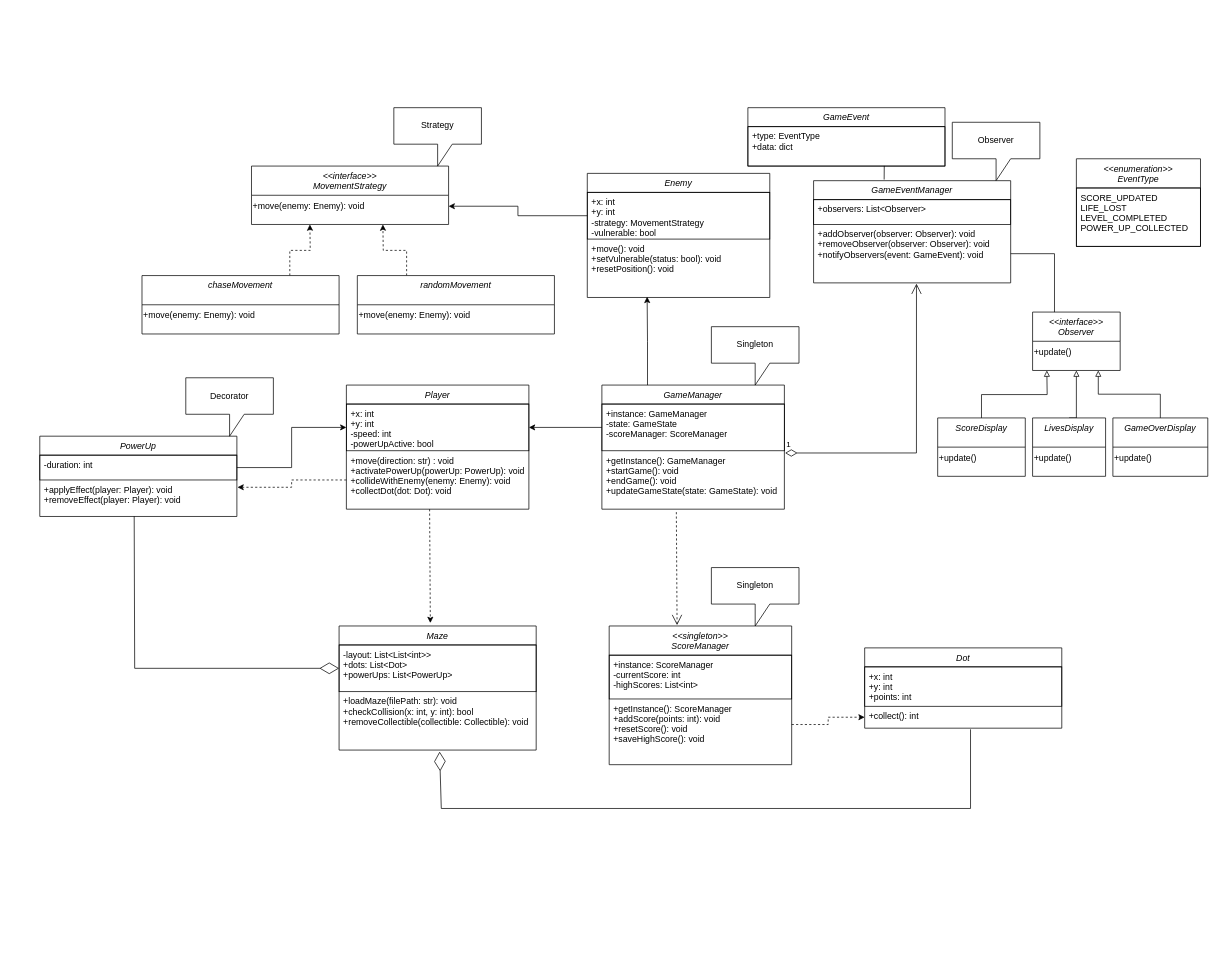
The draw.io diagram diagrams/classDiagram.drawio in ranieldamirez/paaacman, before the edit. Source tidied: cells renumbered, new cells numbered last; positions are measured from the earlier drawing's top-left corner, leaving out a move shared by most shapes. Both pictures are drawn from the tidied source at 73%, with x=0, y=0 at pixel (39, 107).
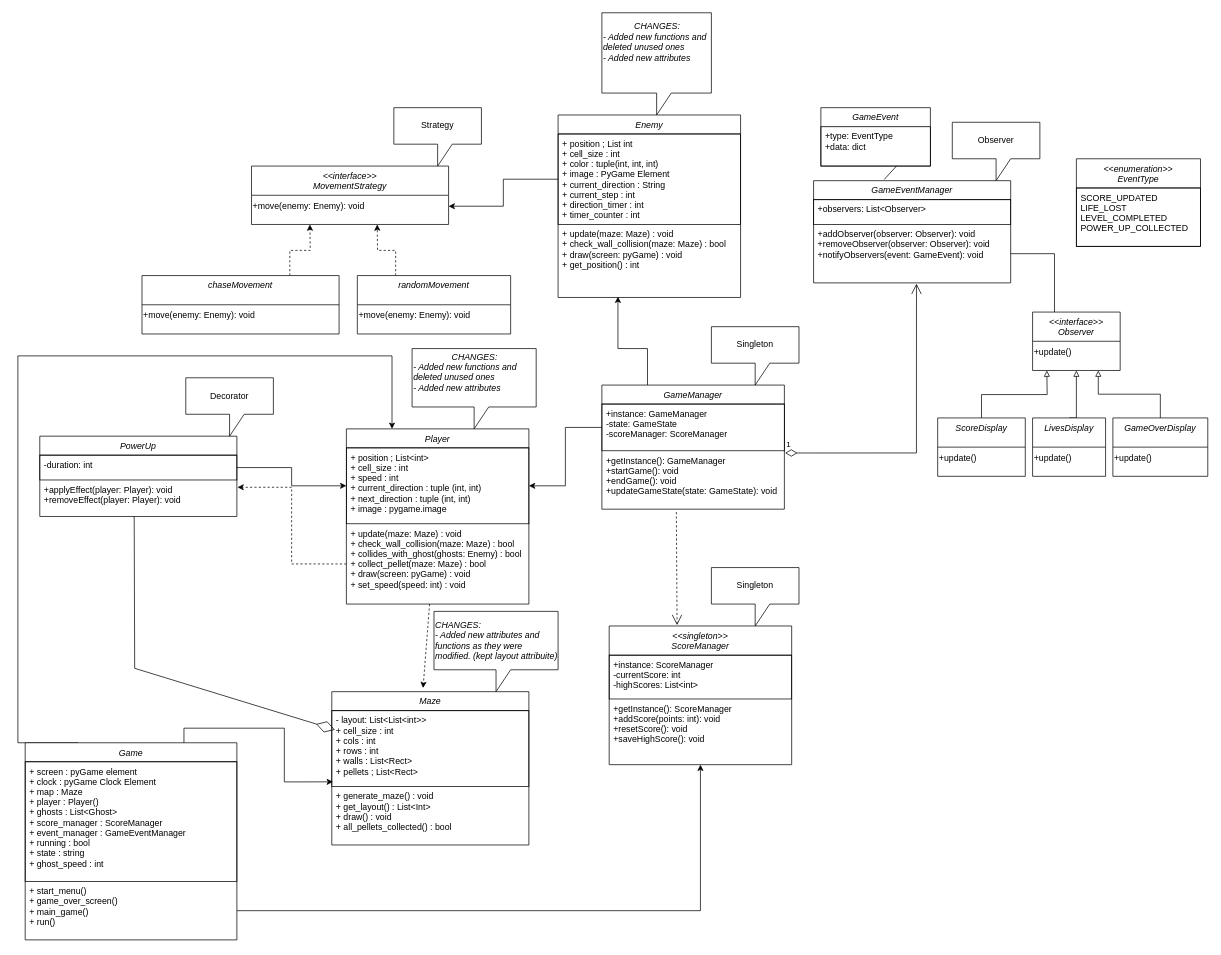
Above is the later version.

Unchanged cells that the change refers to:
```xml
<mxCell id="15" value="GameManager" style="swimlane;fontStyle=2;align=center;verticalAlign=top;horizontal=1;startSize=26;rounded=0;shadow=0;strokeWidth=1;" parent="14" vertex="1">
  <mxGeometry y="80" width="250" height="170" as="geometry" />
</mxCell>
<mxCell id="26" value="+applyEffect(player: Player): void&#10;+removeEffect(player: Player): void" style="text;align=left;verticalAlign=top;spacingLeft=4;spacingRight=4;overflow=hidden;points=[[0,0.5],[1,0.5]];portConstraint=eastwest;" parent="24" vertex="1">
  <mxGeometry y="60" width="270" height="50" as="geometry" />
</mxCell>
<mxCell id="28" style="group;" parent="1" vertex="1">
  <mxGeometry x="1060" y="20" width="310" height="220" as="geometry" />
</mxCell>
<mxCell id="29" value="GameEventManager" style="swimlane;fontStyle=2;align=center;verticalAlign=top;horizontal=1;startSize=26;rounded=0;shadow=0;strokeWidth=1;" parent="28" vertex="1">
  <mxGeometry y="80" width="270" height="140" as="geometry" />
</mxCell>
<mxCell id="37" value="&lt;&lt;singleton&gt;&gt;&#10;ScoreManager" style="swimlane;fontStyle=2;align=center;verticalAlign=top;horizontal=1;startSize=40;rounded=0;shadow=0;strokeWidth=1;" parent="36" vertex="1">
  <mxGeometry y="80" width="250" height="190" as="geometry" />
</mxCell>
<mxCell id="39" value="+getInstance(): ScoreManager&#10;+addScore(points: int): void&#10;+resetScore(): void&#10;+saveHighScore(): void" style="text;align=left;verticalAlign=top;spacingLeft=4;spacingRight=4;overflow=hidden;points=[[0,0.5],[1,0.5]];portConstraint=eastwest;" parent="37" vertex="1">
  <mxGeometry y="100" width="250" height="70" as="geometry" />
</mxCell>
```

What changed in the source:
```diff
@@
     <mxCell id="2" value="Player" style="swimlane;fontStyle=2;align=center;verticalAlign=top;horizontal=1;startSize=26;rounded=0;shadow=0;strokeWidth=1;" parent="1" vertex="1">
-      <mxGeometry x="420" y="380" width="250" height="170" as="geometry" />
+      <mxGeometry x="420" y="440" width="250" height="240" as="geometry" />
     </mxCell>
-    <mxCell id="3" value="+x: int&#10;+y: int&#10;-speed: int&#10;-powerUpActive: bool" style="text;align=left;verticalAlign=top;spacingLeft=4;spacingRight=4;overflow=hidden;points=[[0,0.5],[1,0.5]];portConstraint=eastwest;strokeColor=default;" parent="2" vertex="1">
-      <mxGeometry y="26" width="250" height="64" as="geometry" />
+    <mxCell id="3" value="+ position ; List&lt;int&gt;&#10;+ cell_size : int&#10;+ speed : int&#10;+ current_direction : tuple (int, int)&#10;+ next_direction : tuple (int, int)&#10;+ image : pygame.image&#10;&#10;" style="text;align=left;verticalAlign=top;spacingLeft=4;spacingRight=4;overflow=hidden;points=[[0,0.5],[1,0.5]];portConstraint=eastwest;strokeColor=default;" parent="2" vertex="1">
+      <mxGeometry y="26" width="250" height="104" as="geometry" />
     </mxCell>
-    <mxCell id="4" value="+move(direction: str) : void&#10;+activatePowerUp(powerUp: PowerUp): void&#10;+collideWithEnemy(enemy: Enemy): void&#10;+collectDot(dot: Dot): void" style="text;align=left;verticalAlign=top;spacingLeft=4;spacingRight=4;overflow=hidden;points=[[0,0.5],[1,0.5]];portConstraint=eastwest;" parent="2" vertex="1">
-      <mxGeometry y="90" width="250" height="80" as="geometry" />
+    <mxCell id="4" value="+ update(maze: Maze) : void&#10;+ check_wall_collision(maze: Maze) : bool&#10;+ collides_with_ghost(ghosts: Enemy) : bool&#10;+ collect_pellet(maze: Maze) : bool&#10;+ draw(screen: pyGame) : void&#10;+ set_speed(speed: int) : void&#10;" style="text;align=left;verticalAlign=top;spacingLeft=4;spacingRight=4;overflow=hidden;points=[[0,0.5],[1,0.5]];portConstraint=eastwest;" parent="2" vertex="1">
+      <mxGeometry y="130" width="250" height="110" as="geometry" />
     </mxCell>
     <mxCell id="5" value="Enemy" style="swimlane;fontStyle=2;align=center;verticalAlign=top;horizontal=1;startSize=26;rounded=0;shadow=0;strokeWidth=1;" parent="1" vertex="1">
-      <mxGeometry x="750" y="90" width="250" height="170" as="geometry" />
+      <mxGeometry x="710" y="10" width="250" height="250" as="geometry" />
     </mxCell>
-    <mxCell id="6" value="+x: int&#10;+y: int&#10;-strategy: MovementStrategy&#10;-vulnerable: bool" style="text;align=left;verticalAlign=top;spacingLeft=4;spacingRight=4;overflow=hidden;points=[[0,0.5],[1,0.5]];portConstraint=eastwest;strokeColor=default;" parent="5" vertex="1">
-      <mxGeometry y="26" width="250" height="64" as="geometry" />
+    <mxCell id="6" value="+ position ; List int&#10;+ cell_size : int&#10;+ color : tuple(int, int, int)&#10;+ image : PyGame Element&#10;+ current_direction : String&#10;+ current_step : int&#10;+ direction_timer : int&#10;+ timer_counter : int" style="text;align=left;verticalAlign=top;spacingLeft=4;spacingRight=4;overflow=hidden;points=[[0,0.5],[1,0.5]];portConstraint=eastwest;strokeColor=default;" parent="5" vertex="1">
+      <mxGeometry y="26" width="250" height="124" as="geometry" />
     </mxCell>
-    <mxCell id="7" value="+move(): void&#10;+setVulnerable(status: bool): void&#10;+resetPosition(): void" style="text;align=left;verticalAlign=top;spacingLeft=4;spacingRight=4;overflow=hidden;points=[[0,0.5],[1,0.5]];portConstraint=eastwest;" parent="5" vertex="1">
-      <mxGeometry y="90" width="250" height="80" as="geometry" />
+    <mxCell id="7" value="+ update(maze: Maze) : void&#10;+ check_wall_collision(maze: Maze) : bool&#10;+ draw(screen: pyGame) : void&#10;+ get_position() : int&#10;" style="text;align=left;verticalAlign=top;spacingLeft=4;spacingRight=4;overflow=hidden;points=[[0,0.5],[1,0.5]];portConstraint=eastwest;" parent="5" vertex="1">
+      <mxGeometry y="150" width="250" height="100" as="geometry" />
     </mxCell>
     <mxCell id="8" value="Maze" style="swimlane;fontStyle=2;align=center;verticalAlign=top;horizontal=1;startSize=26;rounded=0;shadow=0;strokeWidth=1;" parent="1" vertex="1">
-      <mxGeometry x="410" y="710" width="270" height="170" as="geometry" />
+      <mxGeometry x="400" y="800" width="270" height="210" as="geometry" />
     </mxCell>
-    <mxCell id="9" value="-layout: List&lt;List&lt;int&gt;&gt;&#10;+dots: List&lt;Dot&gt;&#10;+powerUps: List&lt;PowerUp&gt;" style="text;align=left;verticalAlign=top;spacingLeft=4;spacingRight=4;overflow=hidden;points=[[0,0.5],[1,0.5]];portConstraint=eastwest;strokeColor=default;" parent="8" vertex="1">
-      <mxGeometry y="26" width="270" height="64" as="geometry" />
+    <mxCell id="9" value="- layout: List&lt;List&lt;int&gt;&gt;&#10;+ cell_size : int&#10;+ cols : int&#10;+ rows : int&#10;+ walls : List&lt;Rect&gt;&#10;+ pellets ; List&lt;Rect&gt;" style="text;align=left;verticalAlign=top;spacingLeft=4;spacingRight=4;overflow=hidden;points=[[0,0.5],[1,0.5]];portConstraint=eastwest;strokeColor=default;" parent="8" vertex="1">
+      <mxGeometry y="26" width="270" height="104" as="geometry" />
     </mxCell>
-    <mxCell id="10" value="+loadMaze(filePath: str): void&#10;+checkCollision(x: int, y: int): bool&#10;+removeCollectible(collectible: Collectible): void" style="text;align=left;verticalAlign=top;spacingLeft=4;spacingRight=4;overflow=hidden;points=[[0,0.5],[1,0.5]];portConstraint=eastwest;" parent="8" vertex="1">
-      <mxGeometry y="90" width="270" height="80" as="geometry" />
+    <mxCell id="10" value="+ generate_maze() : void&#10;+ get_layout() : List&lt;Int&gt;&#10;+ draw() : void&#10;+ all_pellets_collected() : bool" style="text;align=left;verticalAlign=top;spacingLeft=4;spacingRight=4;overflow=hidden;points=[[0,0.5],[1,0.5]];portConstraint=eastwest;" parent="8" vertex="1">
+      <mxGeometry y="130" width="270" height="80" as="geometry" />
     </mxCell>
-    <mxCell id="11" value="Dot" style="swimlane;fontStyle=2;align=center;verticalAlign=top;horizontal=1;startSize=26;rounded=0;shadow=0;strokeWidth=1;" parent="1" vertex="1">
-      <mxGeometry x="1130" y="740" width="270" height="110" as="geometry" />
-    </mxCell>
-    <mxCell id="12" value="+x: int&#10;+y: int&#10;+points: int" style="text;align=left;verticalAlign=top;spacingLeft=4;spacingRight=4;overflow=hidden;strokeColor=default;" parent="11" vertex="1">
-      <mxGeometry y="26" width="270" height="54" as="geometry" />
-    </mxCell>
-    <mxCell id="13" value="+collect(): int" style="text;align=left;verticalAlign=top;spacingLeft=4;spacingRight=4;overflow=hidden;points=[[0,0.5],[1,0.5]];portConstraint=eastwest;" parent="11" vertex="1">
-      <mxGeometry y="80" width="270" height="30" as="geometry" />
-    </mxCell>
@@
-    <mxCell id="33" value="GameEvent" style="swimlane;fontStyle=2;align=center;verticalAlign=top;horizontal=1;startSize=26;rounded=0;shadow=0;strokeWidth=1;" parent="28" vertex="1">
-      <mxGeometry x="-90" y="-20" width="270" height="80" as="geometry" />
-    </mxCell>
+    <mxCell id="35" style="endArrow=none;html=1;rounded=0;entryX=0.692;entryY=0.995;entryDx=0;entryDy=0;entryPerimeter=0;exitX=0.358;exitY=-0.011;exitDx=0;exitDy=0;exitPerimeter=0;" parent="28" edge="1" source="29" target="34">
+      <mxGeometry relative="1" as="geometry" />
+    </mxCell>
-    <mxCell id="34" value="+type: EventType&#10;+data: dict" style="text;align=left;verticalAlign=top;spacingLeft=4;spacingRight=4;overflow=hidden;points=[[0,0.5],[1,0.5]];portConstraint=eastwest;strokeColor=default;" parent="33" vertex="1">
-      <mxGeometry y="26" width="270" height="54" as="geometry" />
+    <mxCell id="34" value="+type: EventType&#10;+data: dict" style="text;align=left;verticalAlign=top;spacingLeft=4;spacingRight=4;overflow=hidden;points=[[0,0.5],[1,0.5]];portConstraint=eastwest;strokeColor=default;" parent="28" vertex="1">
+      <mxGeometry x="10" y="6" width="150" height="54" as="geometry" />
     </mxCell>
-    <mxCell id="35" style="endArrow=none;html=1;rounded=0;entryX=0.692;entryY=0.995;entryDx=0;entryDy=0;entryPerimeter=0;exitX=0.358;exitY=-0.011;exitDx=0;exitDy=0;exitPerimeter=0;" parent="28" edge="1" source="29" target="34">
-      <mxGeometry relative="1" as="geometry" />
-    </mxCell>
@@
     <mxCell id="43" style="edgeStyle=orthogonalEdgeStyle;rounded=0;jettySize=auto;html=1;exitX=0.25;exitY=0;exitDx=0;exitDy=0;entryX=0.328;entryY=0.988;entryDx=0;entryDy=0;entryPerimeter=0;" parent="1" edge="1" source="15" target="7">
-      <mxGeometry relative="1" as="geometry" />
+      <mxGeometry relative="1" as="geometry">
+        <Array as="points">
+          <mxPoint x="832" y="330" />
+        </Array>
+      </mxGeometry>
     </mxCell>
@@
     <mxCell id="50" style="group;" parent="1" vertex="1">
-      <mxGeometry x="435" y="150" width="315" height="160" as="geometry" />
+      <mxGeometry x="435" y="150" width="245" height="160" as="geometry" />
     </mxCell>
     <mxCell id="51" style="edgeStyle=orthogonalEdgeStyle;rounded=0;jettySize=auto;html=1;exitX=0.25;exitY=0;exitDx=0;exitDy=0;dashed=1;" parent="50" edge="1" source="52">
       <mxGeometry relative="1" as="geometry">
-        <mxPoint x="35" y="10" as="targetPoint" />
+        <mxPoint x="27.2" y="10" as="targetPoint" />
       </mxGeometry>
     </mxCell>
     <mxCell id="52" value="randomMovement" style="swimlane;fontStyle=2;align=center;verticalAlign=top;horizontal=1;startSize=40;rounded=0;shadow=0;strokeWidth=1;" parent="50" vertex="1">
-      <mxGeometry y="80" width="270" height="80" as="geometry" />
+      <mxGeometry y="80" width="210" height="80" as="geometry" />
     </mxCell>
     <mxCell id="53" value="+move(enemy: Enemy): void" style="text;html=1;align=left;verticalAlign=middle;strokeColor=none;fillColor=none;" parent="52" vertex="1">
-      <mxGeometry y="40" width="270" height="30" as="geometry" />
+      <mxGeometry y="40" width="210" height="30" as="geometry" />
     </mxCell>
@@
-    <mxCell id="55" style="edgeStyle=orthogonalEdgeStyle;rounded=0;jettySize=auto;html=1;exitX=1;exitY=0.5;exitDx=0;exitDy=0;entryX=0;entryY=0.5;entryDx=0;entryDy=0;dashed=1;" parent="1" edge="1" source="39" target="13">
-      <mxGeometry relative="1" as="geometry" />
-    </mxCell>
@@
-    <mxCell id="58" style="endArrow=diamondThin;endFill=0;endSize=24;html=1;rounded=0;entryX=0.51;entryY=1.026;entryDx=0;entryDy=0;entryPerimeter=0;exitX=0.537;exitY=1.053;exitDx=0;exitDy=0;exitPerimeter=0;" parent="1" edge="1" source="13" target="10">
-      <mxGeometry relative="1" as="geometry">
-        <Array as="points">
-          <mxPoint x="1275" y="960" />
-          <mxPoint x="550" y="960" />
-        </Array>
-      </mxGeometry>
-    </mxCell>
-    <mxCell id="59" style="endArrow=diamondThin;endFill=0;endSize=24;html=1;rounded=0;entryX=0;entryY=0.5;entryDx=0;entryDy=0;exitX=0.479;exitY=0.995;exitDx=0;exitDy=0;exitPerimeter=0;" parent="1" edge="1" source="26" target="9">
+    <mxCell id="59" style="endArrow=diamondThin;endFill=0;endSize=24;html=1;rounded=0;entryX=0.016;entryY=0.252;entryDx=0;entryDy=0;exitX=0.479;exitY=0.995;exitDx=0;exitDy=0;exitPerimeter=0;entryPerimeter=0;" parent="1" edge="1" source="26" target="9">
       <mxGeometry relative="1" as="geometry">
         <Array as="points">
           <mxPoint x="130" y="768" />
         </Array>
       </mxGeometry>
     </mxCell>
@@
+    <mxCell id="74" value="&lt;div style=&quot;text-align: center;&quot;&gt;&lt;i style=&quot;background-color: initial;&quot;&gt;CHANGES:&lt;/i&gt;&lt;/div&gt;&lt;div&gt;&lt;i&gt;- Added new functions and deleted unused ones&lt;/i&gt;&lt;/div&gt;&lt;div&gt;&lt;i&gt;- Added new attributes&lt;/i&gt;&lt;/div&gt;&lt;div&gt;&lt;i&gt;&lt;br&gt;&lt;/i&gt;&lt;/div&gt;" style="shape=callout;whiteSpace=wrap;html=1;perimeter=calloutPerimeter;base=20;align=left;" parent="1" vertex="1">
+      <mxGeometry x="510" y="330" width="170" height="110" as="geometry" />
+    </mxCell>
+    <mxCell id="75" value="&lt;div style=&quot;text-align: center;&quot;&gt;&lt;i style=&quot;background-color: initial;&quot;&gt;CHANGES:&lt;/i&gt;&lt;/div&gt;&lt;div&gt;&lt;i&gt;- Added new functions and deleted unused ones&lt;/i&gt;&lt;/div&gt;&lt;div&gt;&lt;i&gt;- Added new attributes&lt;/i&gt;&lt;/div&gt;&lt;div&gt;&lt;i&gt;&lt;br&gt;&lt;/i&gt;&lt;/div&gt;&lt;div&gt;&lt;i&gt;&lt;br&gt;&lt;/i&gt;&lt;/div&gt;" style="shape=callout;whiteSpace=wrap;html=1;perimeter=calloutPerimeter;base=20;align=left;" parent="1" vertex="1">
+      <mxGeometry x="770" y="-130" width="150" height="140" as="geometry" />
+    </mxCell>
+    <mxCell id="76" style="edgeStyle=orthogonalEdgeStyle;rounded=0;jettySize=auto;html=1;exitX=0.25;exitY=0;exitDx=0;exitDy=0;entryX=0.25;entryY=0;entryDx=0;entryDy=0;" parent="1" edge="1" source="77" target="2">
+      <mxGeometry relative="1" as="geometry">
+        <Array as="points">
+          <mxPoint x="-30" y="870" />
+          <mxPoint x="-30" y="340" />
+          <mxPoint x="483" y="340" />
+        </Array>
+      </mxGeometry>
+    </mxCell>
+    <mxCell id="77" value="Game" style="swimlane;fontStyle=2;align=center;verticalAlign=top;horizontal=1;startSize=26;rounded=0;shadow=0;strokeWidth=1;" parent="1" vertex="1">
+      <mxGeometry x="-20" y="870" width="290" height="270" as="geometry" />
+    </mxCell>
+    <mxCell id="78" value="+ screen : pyGame element&#10;+ clock : pyGame Clock Element&#10;+ map : Maze&#10;+ player : Player()&#10;+ ghosts : List&lt;Ghost&gt;&#10;+ score_manager : ScoreManager&#10;+ event_manager : GameEventManager&#10;+ running : bool&#10;+ state : string&#10;+ ghost_speed : int" style="text;align=left;verticalAlign=top;spacingLeft=4;spacingRight=4;overflow=hidden;strokeColor=default;" parent="77" vertex="1">
+      <mxGeometry y="26" width="290" height="164" as="geometry" />
+    </mxCell>
+    <mxCell id="79" value="+ start_menu() &#10;+ game_over_screen() &#10;+ main_game() &#10;+ run() " style="text;align=left;verticalAlign=top;spacingLeft=4;spacingRight=4;overflow=hidden;points=[[0,0.5],[1,0.5]];portConstraint=eastwest;" parent="77" vertex="1">
+      <mxGeometry y="190" width="290" height="80" as="geometry" />
+    </mxCell>
+    <mxCell id="80" style="edgeStyle=orthogonalEdgeStyle;rounded=0;jettySize=auto;html=1;exitX=0.75;exitY=0;exitDx=0;exitDy=0;entryX=0.006;entryY=0.938;entryDx=0;entryDy=0;entryPerimeter=0;" parent="1" edge="1" source="77" target="9">
+      <mxGeometry relative="1" as="geometry" />
+    </mxCell>
+    <mxCell id="81" style="edgeStyle=orthogonalEdgeStyle;rounded=0;jettySize=auto;html=1;exitX=1;exitY=0.5;exitDx=0;exitDy=0;entryX=0.5;entryY=1;entryDx=0;entryDy=0;" parent="1" edge="1" source="79" target="37">
+      <mxGeometry relative="1" as="geometry" />
+    </mxCell>
+    <mxCell id="33" value="GameEvent" style="swimlane;fontStyle=2;align=center;verticalAlign=top;horizontal=1;startSize=26;rounded=0;shadow=0;strokeWidth=1;" parent="1" vertex="1">
+      <mxGeometry x="1070" width="150" height="80" as="geometry" />
+    </mxCell>
+    <mxCell id="82" value="&lt;div style=&quot;&quot;&gt;&lt;i style=&quot;background-color: initial;&quot;&gt;CHANGES:&lt;br&gt;- Added new attributes and functions as they were modified. (kept layout attribuite)&lt;/i&gt;&lt;/div&gt;" style="shape=callout;whiteSpace=wrap;html=1;perimeter=calloutPerimeter;base=20;align=left;" parent="1" vertex="1">
+      <mxGeometry x="540" y="690" width="170" height="110" as="geometry" />
+    </mxCell>
```
